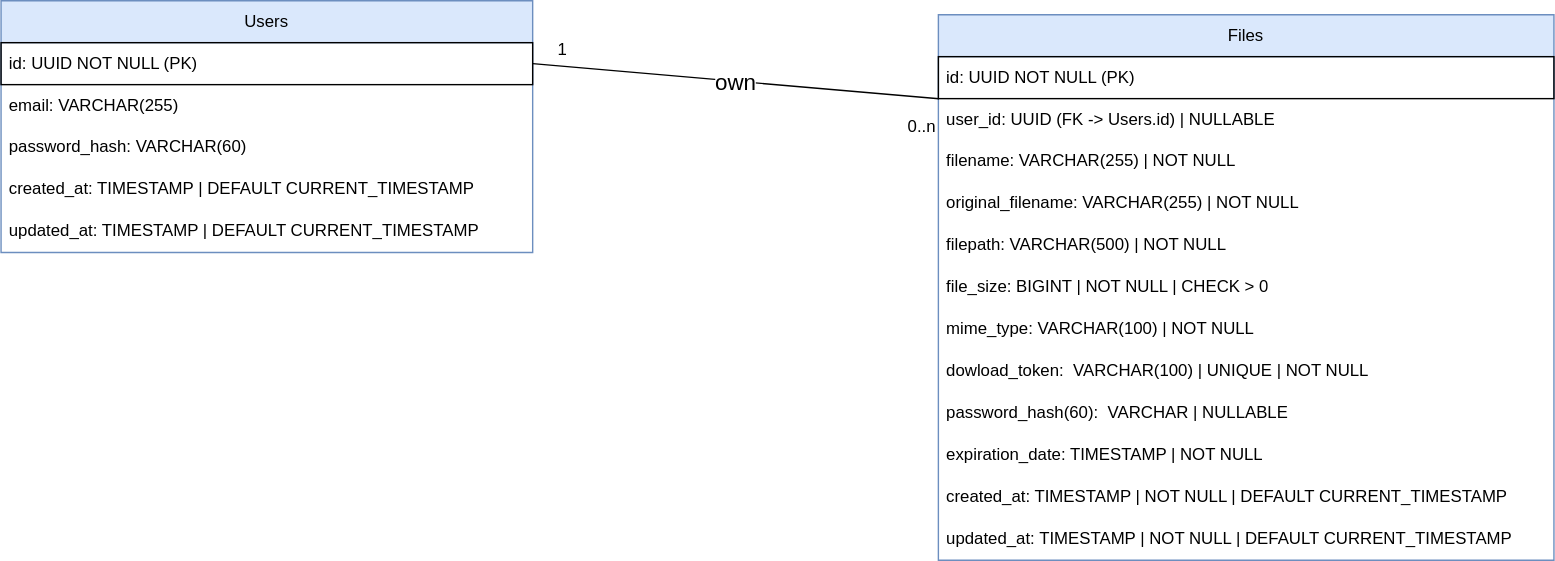
Earlier version of the draw.io export docs/assets/datamodel.svg (fredmzl/projet3). Source tidied: cells renumbered, new cells last; positions are measured from the earlier drawing's top-left corner, leaving out a move shared by most shapes.
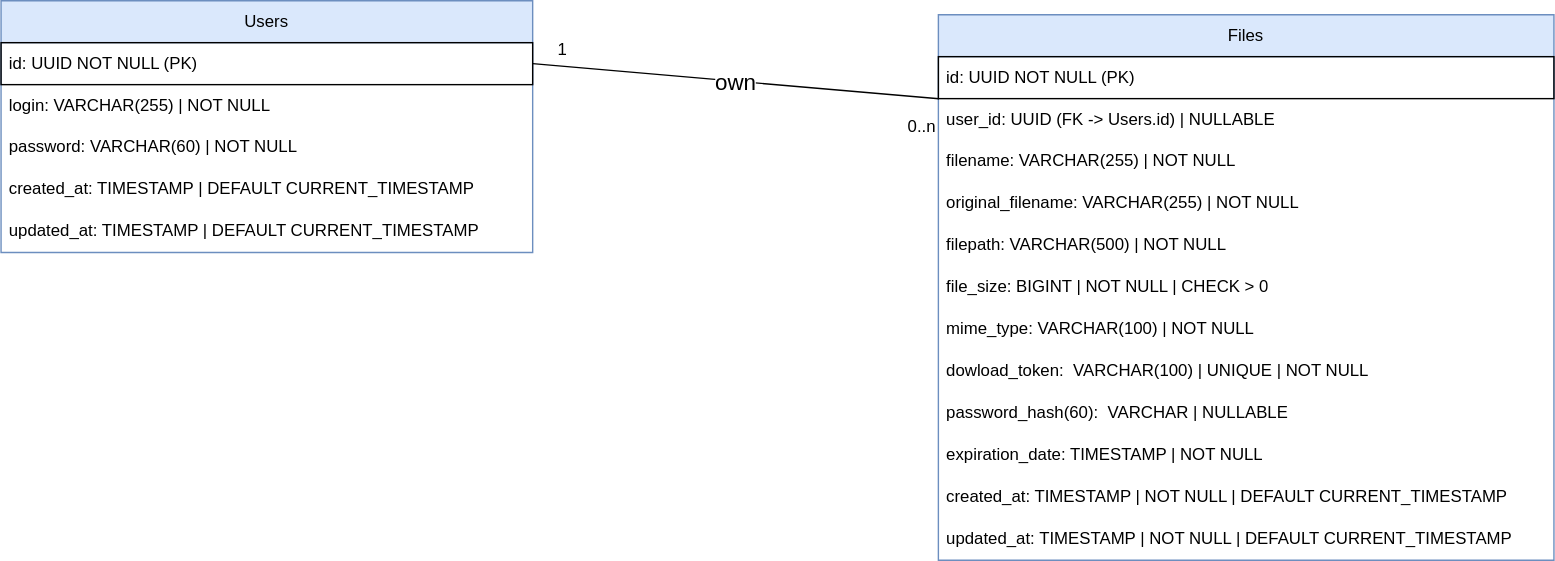
Above is the later version.

The edit, as a diff of the source:
```diff
@@ -8,10 +8,10 @@
     <mxCell id="3" value="id: UUID NOT NULL (PK)" style="text;strokeColor=default;fillColor=none;align=left;verticalAlign=middle;spacingLeft=4;spacingRight=4;overflow=hidden;points=[[0,0.5],[1,0.5]];portConstraint=eastwest;whiteSpace=wrap;html=1;" parent="2" vertex="1">
       <mxGeometry y="30" width="380" height="30" as="geometry" />
     </mxCell>
-    <mxCell id="4" value="email: VARCHAR(255)" style="text;strokeColor=none;fillColor=none;align=left;verticalAlign=middle;spacingLeft=4;spacingRight=4;overflow=hidden;whiteSpace=wrap;html=1;" parent="2" vertex="1">
+    <mxCell id="4" value="login: VARCHAR(255) | NOT NULL" style="text;strokeColor=none;fillColor=none;align=left;verticalAlign=middle;spacingLeft=4;spacingRight=4;overflow=hidden;whiteSpace=wrap;html=1;" parent="2" vertex="1">
       <mxGeometry y="60" width="380" height="30" as="geometry" />
     </mxCell>
-    <mxCell id="5" value="password_hash: VARCHAR(60)" style="text;strokeColor=none;fillColor=none;align=left;verticalAlign=middle;spacingLeft=4;spacingRight=4;overflow=hidden;whiteSpace=wrap;html=1;" parent="2" vertex="1">
+    <mxCell id="5" value="password: VARCHAR(60) | NOT NULL" style="text;strokeColor=none;fillColor=none;align=left;verticalAlign=middle;spacingLeft=4;spacingRight=4;overflow=hidden;whiteSpace=wrap;html=1;" parent="2" vertex="1">
       <mxGeometry y="90" width="380" height="30" as="geometry" />
     </mxCell>
     <mxCell id="6" value="created_at: TIMESTAMP | DEFAULT CURRENT_TIMESTAMP" style="text;strokeColor=none;fillColor=none;align=left;verticalAlign=middle;spacingLeft=4;spacingRight=4;overflow=hidden;whiteSpace=wrap;html=1;" parent="2" vertex="1">
```
